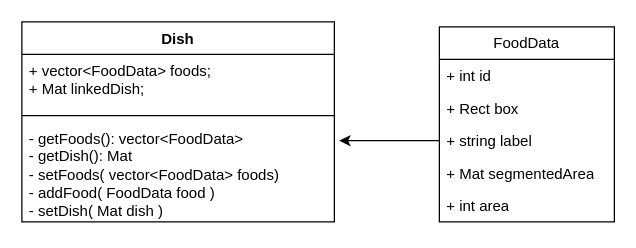
CV-FoodRecognition/FoodRecognition-FinalProject keeps this draw.io diagram as Diagramma senza titolo.drawio. Above is the earlier version. Source tidied: cells renumbered, new cells numbered last; positions are measured from the earlier drawing's top-left corner, leaving out a move shared by most shapes. Both pictures are drawn from the tidied source at 125%, with x=0, y=0 at pixel (21, 21).
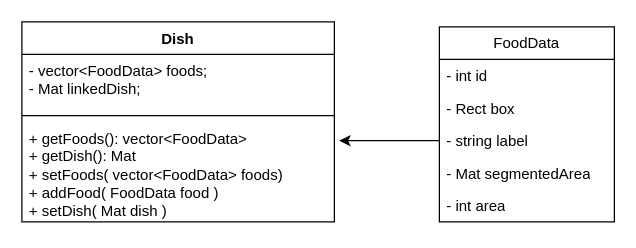
The same page after the edit.

What changed in the source:
```diff
@@
 <mxGraphModel>
   <root>
     <mxCell id="0" />
     <mxCell id="1" parent="0" />
     <mxCell id="2" value="FoodData" style="swimlane;fontStyle=0;horizontal=1;startSize=26;fillColor=none;whiteSpace=wrap;html=1;" parent="1" vertex="1">
       <mxGeometry x="334" y="4" width="140" height="156" as="geometry" />
     </mxCell>
-    <mxCell id="3" value="+ int id" style="text;strokeColor=none;fillColor=none;align=left;verticalAlign=top;spacingLeft=4;spacingRight=4;overflow=hidden;whiteSpace=wrap;html=1;" parent="2" vertex="1">
+    <mxCell id="3" value="- int id" style="text;strokeColor=none;fillColor=none;align=left;verticalAlign=top;spacingLeft=4;spacingRight=4;overflow=hidden;whiteSpace=wrap;html=1;" parent="2" vertex="1">
       <mxGeometry y="26" width="140" height="26" as="geometry" />
     </mxCell>
-    <mxCell id="4" value="+ Rect box" style="text;strokeColor=none;fillColor=none;align=left;verticalAlign=top;spacingLeft=4;spacingRight=4;overflow=hidden;whiteSpace=wrap;html=1;" parent="2" vertex="1">
+    <mxCell id="4" value="- Rect box" style="text;strokeColor=none;fillColor=none;align=left;verticalAlign=top;spacingLeft=4;spacingRight=4;overflow=hidden;whiteSpace=wrap;html=1;" parent="2" vertex="1">
       <mxGeometry y="52" width="140" height="26" as="geometry" />
     </mxCell>
-    <mxCell id="5" value="+ string label" style="text;strokeColor=none;fillColor=none;align=left;verticalAlign=top;spacingLeft=4;spacingRight=4;overflow=hidden;points=[[0,0.5],[1,0.5]];portConstraint=eastwest;whiteSpace=wrap;html=1;" parent="2" vertex="1">
+    <mxCell id="5" value="- string label" style="text;strokeColor=none;fillColor=none;align=left;verticalAlign=top;spacingLeft=4;spacingRight=4;overflow=hidden;points=[[0,0.5],[1,0.5]];portConstraint=eastwest;whiteSpace=wrap;html=1;" parent="2" vertex="1">
       <mxGeometry y="78" width="140" height="26" as="geometry" />
     </mxCell>
-    <mxCell id="6" value="+ Mat segmentedArea" style="text;strokeColor=none;fillColor=none;align=left;verticalAlign=top;spacingLeft=4;spacingRight=4;overflow=hidden;whiteSpace=wrap;html=1;" parent="2" vertex="1">
+    <mxCell id="6" value="- Mat segmentedArea" style="text;strokeColor=none;fillColor=none;align=left;verticalAlign=top;spacingLeft=4;spacingRight=4;overflow=hidden;whiteSpace=wrap;html=1;" parent="2" vertex="1">
       <mxGeometry y="104" width="140" height="26" as="geometry" />
     </mxCell>
-    <mxCell id="7" value="+ int area" style="text;strokeColor=none;fillColor=none;align=left;verticalAlign=top;spacingLeft=4;spacingRight=4;overflow=hidden;whiteSpace=wrap;html=1;" parent="2" vertex="1">
+    <mxCell id="7" value="- int area" style="text;strokeColor=none;fillColor=none;align=left;verticalAlign=top;spacingLeft=4;spacingRight=4;overflow=hidden;whiteSpace=wrap;html=1;" parent="2" vertex="1">
       <mxGeometry y="130" width="140" height="26" as="geometry" />
     </mxCell>
     <mxCell id="8" value="Dish" style="swimlane;fontStyle=1;align=center;verticalAlign=top;horizontal=1;startSize=26;whiteSpace=wrap;html=1;" parent="1" vertex="1">
       <mxGeometry width="250" height="160" as="geometry" />
     </mxCell>
-    <mxCell id="9" value="&lt;div&gt;+ vector&amp;lt;FoodData&amp;gt; foods;&lt;/div&gt;&lt;div&gt;+ Mat linkedDish;&lt;/div&gt;" style="text;strokeColor=none;fillColor=none;align=left;verticalAlign=top;spacingLeft=4;spacingRight=4;overflow=hidden;whiteSpace=wrap;html=1;" parent="8" vertex="1">
+    <mxCell id="9" value="&lt;div&gt;- vector&amp;lt;FoodData&amp;gt; foods;&lt;/div&gt;&lt;div&gt;- Mat linkedDish;&lt;/div&gt;" style="text;strokeColor=none;fillColor=none;align=left;verticalAlign=top;spacingLeft=4;spacingRight=4;overflow=hidden;whiteSpace=wrap;html=1;" parent="8" vertex="1">
       <mxGeometry y="26" width="250" height="44" as="geometry" />
     </mxCell>
     <mxCell id="10" style="line;strokeWidth=1;fillColor=none;align=left;verticalAlign=middle;spacingTop=-1;spacingLeft=3;spacingRight=3;labelPosition=right;strokeColor=inherit;" parent="8" vertex="1">
       <mxGeometry y="70" width="250" height="10" as="geometry" />
     </mxCell>
-    <mxCell id="11" value="&lt;div&gt;- getFoods(): vector&amp;lt;FoodData&amp;gt;&lt;/div&gt;&lt;div&gt;- getDish(): Mat&lt;/div&gt;&lt;div&gt;- setFoods( vector&amp;lt;FoodData&amp;gt; foods)&lt;/div&gt;&lt;div&gt;- addFood( FoodData food )&lt;br&gt;&lt;/div&gt;&lt;div&gt;- setDish( Mat dish )&lt;br&gt;&lt;/div&gt;" style="text;strokeColor=none;fillColor=none;align=left;verticalAlign=top;spacingLeft=4;spacingRight=4;overflow=hidden;points=[[0,0.5],[1,0.5]];portConstraint=eastwest;whiteSpace=wrap;html=1;" parent="8" vertex="1">
+    <mxCell id="11" value="&lt;div&gt;+ getFoods(): vector&amp;lt;FoodData&amp;gt;&lt;/div&gt;&lt;div&gt;+ getDish(): Mat&lt;/div&gt;&lt;div&gt;+ setFoods( vector&amp;lt;FoodData&amp;gt; foods)&lt;/div&gt;&lt;div&gt;+ addFood( FoodData food )&lt;br&gt;&lt;/div&gt;&lt;div&gt;+ setDish( Mat dish )&lt;br&gt;&lt;/div&gt;" style="text;strokeColor=none;fillColor=none;align=left;verticalAlign=top;spacingLeft=4;spacingRight=4;overflow=hidden;points=[[0,0.5],[1,0.5]];portConstraint=eastwest;whiteSpace=wrap;html=1;" parent="8" vertex="1">
       <mxGeometry y="80" width="250" height="80" as="geometry" />
     </mxCell>
     <mxCell id="12" style="edgeStyle=orthogonalEdgeStyle;rounded=0;jettySize=auto;html=1;exitX=0;exitY=0.5;exitDx=0;exitDy=0;entryX=1.016;entryY=0.188;entryDx=0;entryDy=0;entryPerimeter=0;" parent="1" edge="1" source="5" target="11">
       <mxGeometry relative="1" as="geometry" />
     </mxCell>
   </root>
 </mxGraphModel>
```
